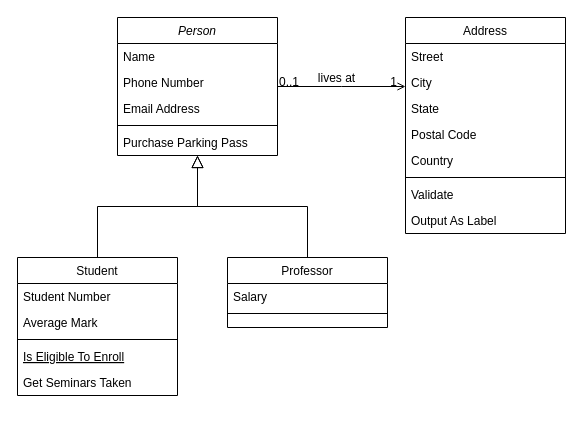
The draw.io diagram Untitled Diagram.drawio in kelven-cardoso/kelven, before the edit. Source tidied: cells renumbered, new cells numbered last; positions are measured from the earlier drawing's top-left corner, leaving out a move shared by most shapes. Both pictures are drawn from the tidied source at 100%, with x=0, y=0 at pixel (17, 17).
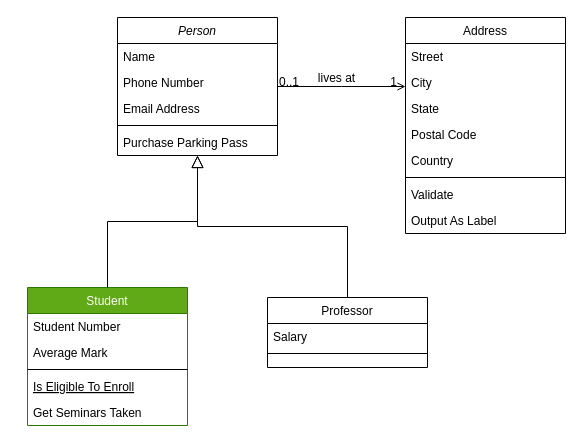
The same diagram, later.

Diff of the diagram source:
```diff
@@
-    <mxCell id="8" value="Student" style="swimlane;fontStyle=0;align=center;verticalAlign=top;horizontal=1;startSize=26;rounded=0;shadow=0;strokeWidth=1;" parent="1" vertex="1">
-      <mxGeometry y="240" width="160" height="138" as="geometry" />
+    <mxCell id="8" value="Student" style="swimlane;fontStyle=0;align=center;verticalAlign=top;horizontal=1;startSize=26;rounded=0;shadow=0;strokeWidth=1;fillColor=#60a917;fontColor=#ffffff;strokeColor=#2D7600;" parent="1" vertex="1">
+      <mxGeometry x="10" y="270" width="160" height="138" as="geometry" />
     </mxCell>
@@
     <mxCell id="15" value="Professor" style="swimlane;fontStyle=0;align=center;verticalAlign=top;horizontal=1;startSize=26;rounded=0;shadow=0;strokeWidth=1;" parent="1" vertex="1">
-      <mxGeometry x="210" y="240" width="160" height="70" as="geometry" />
+      <mxGeometry x="250" y="280" width="160" height="70" as="geometry" />
     </mxCell>
```
